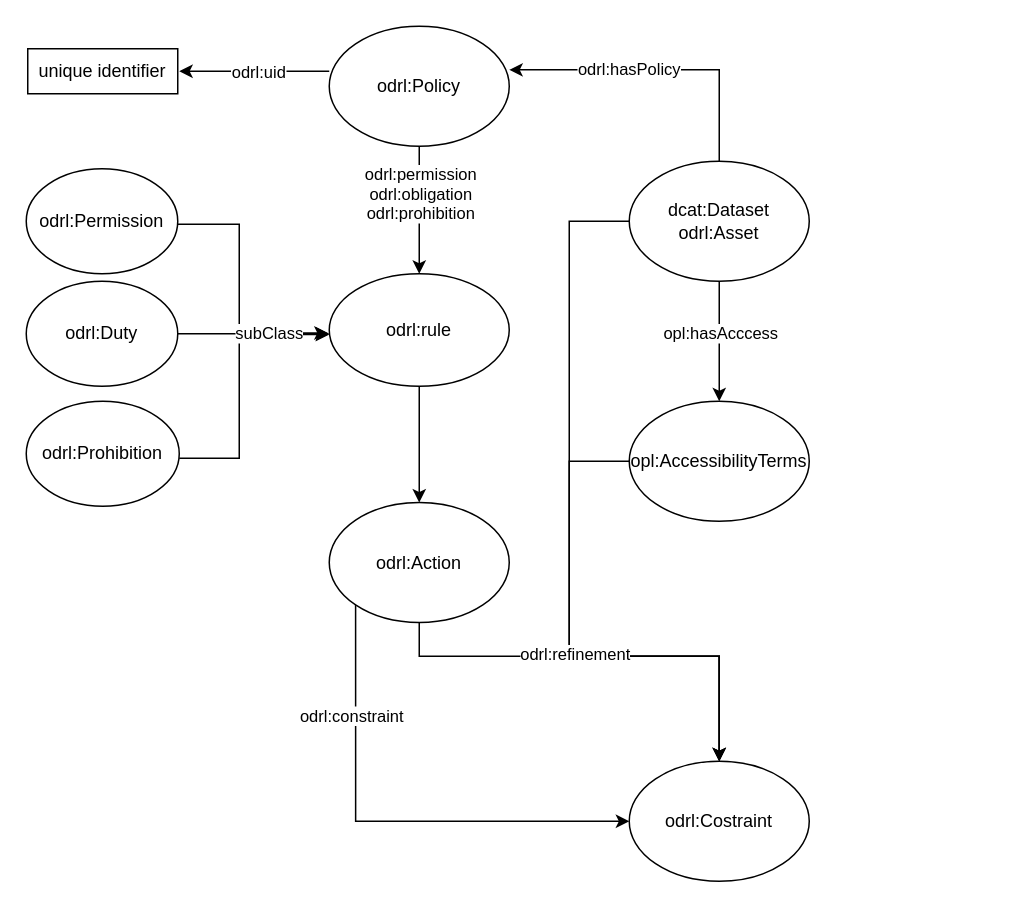
This is opl-v1.drawio from odissei-data/terms_of_use_representation, a draw.io file, before an edit. Source tidied: cells renumbered, new cells numbered last; positions are measured from the earlier drawing's top-left corner, leaving out a move shared by most shapes. Both pictures are drawn from the tidied source at 150%, with x=0, y=0 at pixel (26, 26).
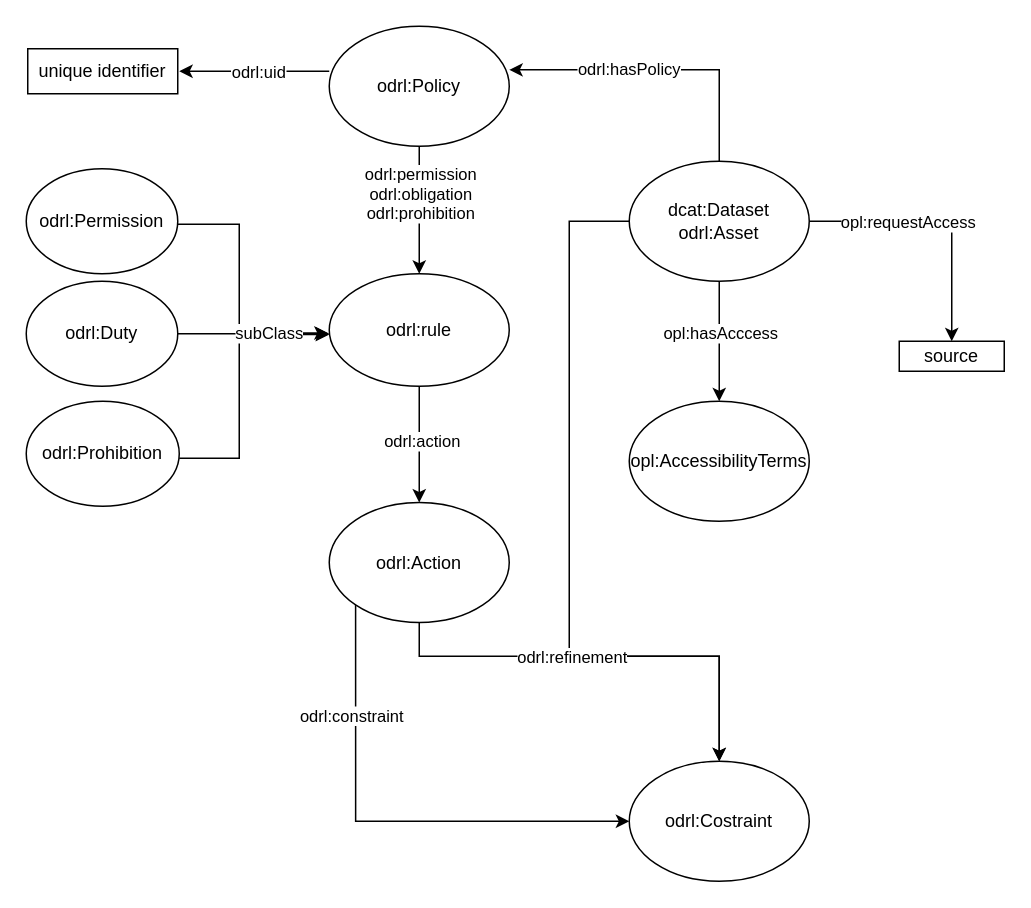
The same page after the edit.

The change refers to these unchanged cells:
```xml
<mxCell id="6" value="dcat:Dataset&lt;br&gt;odrl:Asset" style="ellipse;whiteSpace=wrap;html=1;" parent="1" vertex="1">
  <mxGeometry x="402" y="90" width="120" height="80" as="geometry" />
</mxCell>
<mxCell id="13" style="edgeStyle=orthogonalEdgeStyle;rounded=0;jettySize=auto;html=1;" parent="1" edge="1" source="14" target="25">
  <mxGeometry relative="1" as="geometry" />
</mxCell>
<mxCell id="22" style="edgeStyle=orthogonalEdgeStyle;rounded=0;jettySize=auto;html=1;" parent="1" edge="1" source="25" target="26">
  <mxGeometry relative="1" as="geometry">
    <Array as="points">
      <mxPoint x="262" y="420" />
      <mxPoint x="462" y="420" />
    </Array>
  </mxGeometry>
</mxCell>
<mxCell id="26" value="odrl:Costraint" style="ellipse;whiteSpace=wrap;html=1;" parent="1" vertex="1">
  <mxGeometry x="402" y="490" width="120" height="80" as="geometry" />
</mxCell>
<mxCell id="29" value="opl:AccessibilityTerms" style="ellipse;whiteSpace=wrap;html=1;" parent="1" vertex="1">
  <mxGeometry x="402" y="250" width="120" height="80" as="geometry" />
</mxCell>
```

The edit, as a diff of the source:
```diff
@@
+    <mxCell id="30" style="edgeStyle=orthogonalEdgeStyle;rounded=0;jettySize=auto;html=1;" parent="1" edge="1" source="6" target="33">
+      <mxGeometry relative="1" as="geometry" />
+    </mxCell>
+    <mxCell id="31" value="opl:requestAccess" style="edgeLabel;html=1;align=center;verticalAlign=middle;" parent="30" vertex="1">
+      <mxGeometry x="0.03" y="3" relative="1" as="geometry">
+        <mxPoint x="-25" y="3" as="offset" />
+      </mxGeometry>
+    </mxCell>
@@
+    <mxCell id="32" value="odrl:action" style="edgeLabel;html=1;align=center;verticalAlign=middle;" parent="13" vertex="1">
+      <mxGeometry x="-0.07" y="1" relative="1" as="geometry" />
+    </mxCell>
@@
+    <mxCell id="28" value="odrl:refinement" style="edgeLabel;html=1;align=center;verticalAlign=middle;" parent="22" vertex="1">
+      <mxGeometry x="-0.16" relative="1" as="geometry">
+        <mxPoint x="1" as="offset" />
+      </mxGeometry>
+    </mxCell>
@@
-    <mxCell id="27" style="edgeStyle=orthogonalEdgeStyle;rounded=0;jettySize=auto;html=1;exitX=0;exitY=0.5;exitDx=0;exitDy=0;" parent="1" edge="1" source="29" target="26">
-      <mxGeometry relative="1" as="geometry">
-        <Array as="points">
-          <mxPoint x="362" y="290" />
-          <mxPoint x="362" y="420" />
-          <mxPoint x="462" y="420" />
-        </Array>
-      </mxGeometry>
-    </mxCell>
-    <mxCell id="28" value="odrl:refinement" style="edgeLabel;html=1;align=center;verticalAlign=middle;" parent="27" vertex="1">
-      <mxGeometry x="0.02" y="2" relative="1" as="geometry" />
-    </mxCell>
@@
+    <mxCell id="33" value="source" style="whiteSpace=wrap;html=1;" parent="1" vertex="1">
+      <mxGeometry x="582" y="210" width="70" height="20" as="geometry" />
+    </mxCell>
```
